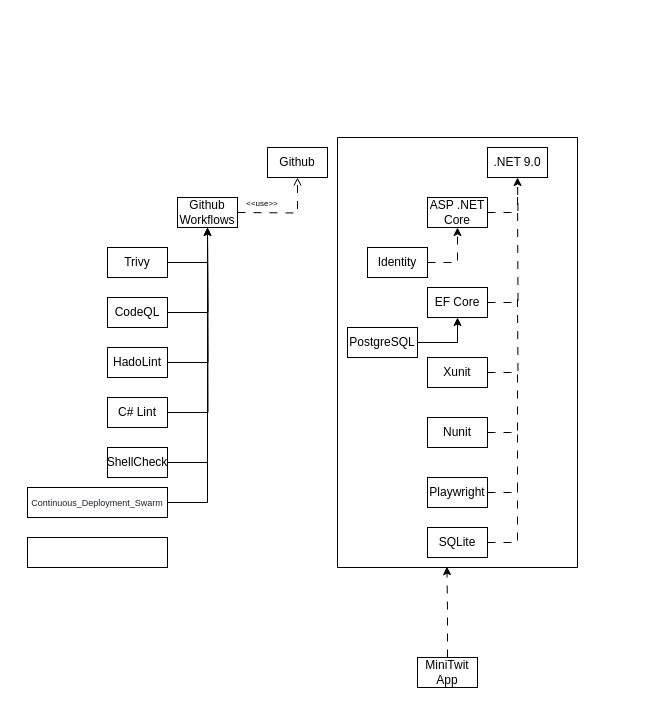
The draw.io diagram diagrams/dependency_diagram/MiniTwit_dependency_diagram.drawio in Joakim-David/GruppeOG, before the edit. Source tidied: cells renumbered, new cells numbered last; positions are measured from the earlier drawing's top-left corner, leaving out a move shared by most shapes. Both pictures are drawn from the tidied source at 100%, with x=0, y=0 at pixel (27, 137).
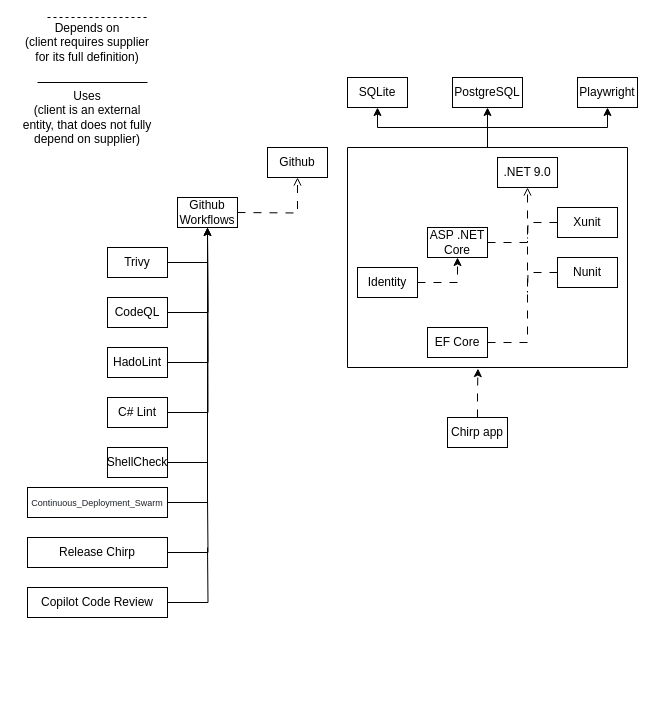
Above is the later version.

The edit, as a diff of the source:
```diff
@@
-    <mxCell id="15" value="&lt;font style=&quot;font-size: 8px;&quot;&gt;&amp;lt;&amp;lt;use&amp;gt;&amp;gt;&lt;/font&gt;" style="text;html=1;whiteSpace=wrap;strokeColor=none;fillColor=none;align=center;verticalAlign=middle;rounded=0;" parent="1" vertex="1">
-      <mxGeometry x="220" y="60" width="30" height="10" as="geometry" />
-    </mxCell>
@@
+    <mxCell id="39" style="edgeStyle=orthogonalEdgeStyle;rounded=0;jettySize=auto;html=1;endArrow=none;endFill=0;" parent="1" edge="1" source="18">
+      <mxGeometry relative="1" as="geometry">
+        <mxPoint x="180" y="360" as="targetPoint" />
+      </mxGeometry>
+    </mxCell>
-    <mxCell id="18" style="rounded=0;whiteSpace=wrap;html=1;" parent="1" vertex="1">
+    <mxCell id="18" value="&lt;font&gt;Release Chirp&lt;/font&gt;" style="rounded=0;whiteSpace=wrap;html=1;" parent="1" vertex="1">
       <mxGeometry y="400" width="140" height="30" as="geometry" />
     </mxCell>
-    <mxCell id="19" value="MiniTwit App" style="rounded=0;whiteSpace=wrap;html=1;" parent="1" vertex="1">
-      <mxGeometry x="390" y="520" width="60" height="30" as="geometry" />
-    </mxCell>
-    <mxCell id="20" value=".NET 9.0" style="rounded=0;whiteSpace=wrap;html=1;" parent="1" vertex="1">
-      <mxGeometry x="460" y="10" width="60" height="30" as="geometry" />
-    </mxCell>
-    <mxCell id="21" style="edgeStyle=orthogonalEdgeStyle;rounded=0;jettySize=auto;html=1;dashed=1;dashPattern=8 8;" parent="1" edge="1" source="22">
-      <mxGeometry relative="1" as="geometry">
-        <mxPoint x="490" y="40" as="targetPoint" />
-      </mxGeometry>
-    </mxCell>
-    <mxCell id="22" value="ASP .NET Core" style="rounded=0;whiteSpace=wrap;html=1;" parent="1" vertex="1">
-      <mxGeometry x="400" y="60" width="60" height="30" as="geometry" />
-    </mxCell>
+    <mxCell id="40" style="edgeStyle=orthogonalEdgeStyle;rounded=0;jettySize=auto;html=1;entryX=0.5;entryY=1;entryDx=0;entryDy=0;" parent="1" edge="1" source="37" target="34">
+      <mxGeometry relative="1" as="geometry" />
+    </mxCell>
+    <mxCell id="41" style="edgeStyle=orthogonalEdgeStyle;rounded=0;jettySize=auto;html=1;entryX=0.5;entryY=1;entryDx=0;entryDy=0;" parent="1" edge="1" source="37" target="36">
+      <mxGeometry relative="1" as="geometry" />
+    </mxCell>
+    <mxCell id="42" style="edgeStyle=orthogonalEdgeStyle;rounded=0;jettySize=auto;html=1;exitX=0.5;exitY=0;exitDx=0;exitDy=0;" parent="1" edge="1" source="37" target="32">
+      <mxGeometry relative="1" as="geometry" />
+    </mxCell>
+    <mxCell id="37" style="swimlane;startSize=0;" parent="1" vertex="1">
+      <mxGeometry x="320" y="10" width="280" height="220" as="geometry" />
+    </mxCell>
-    <mxCell id="23" style="edgeStyle=orthogonalEdgeStyle;rounded=0;jettySize=auto;html=1;entryX=0.5;entryY=1;entryDx=0;entryDy=0;exitX=1;exitY=0.5;exitDx=0;exitDy=0;dashed=1;dashPattern=8 8;" parent="1" edge="1" source="24" target="22">
+    <mxCell id="23" style="edgeStyle=orthogonalEdgeStyle;rounded=0;jettySize=auto;html=1;entryX=0.5;entryY=1;entryDx=0;entryDy=0;dashed=1;dashPattern=8 8;" parent="37" edge="1" source="24" target="22">
       <mxGeometry relative="1" as="geometry" />
     </mxCell>
-    <mxCell id="24" value="Identity" style="rounded=0;whiteSpace=wrap;html=1;" parent="1" vertex="1">
-      <mxGeometry x="340" y="110" width="60" height="30" as="geometry" />
+    <mxCell id="24" value="Identity" style="rounded=0;whiteSpace=wrap;html=1;" parent="37" vertex="1">
+      <mxGeometry x="10" y="120" width="60" height="30" as="geometry" />
     </mxCell>
-    <mxCell id="25" style="edgeStyle=orthogonalEdgeStyle;rounded=0;jettySize=auto;html=1;endArrow=none;endFill=0;dashed=1;dashPattern=8 8;" parent="1" edge="1" source="26">
-      <mxGeometry relative="1" as="geometry">
-        <mxPoint x="490" y="50" as="targetPoint" />
-      </mxGeometry>
-    </mxCell>
+    <mxCell id="20" value=".NET 9.0" style="rounded=0;whiteSpace=wrap;html=1;" parent="37" vertex="1">
+      <mxGeometry x="150" y="10" width="60" height="30" as="geometry" />
+    </mxCell>
+    <mxCell id="43" style="edgeStyle=orthogonalEdgeStyle;rounded=0;jettySize=auto;html=1;dashed=1;dashPattern=8 8;endArrow=open;endFill=0;" parent="37" edge="1" source="22" target="20">
+      <mxGeometry relative="1" as="geometry" />
+    </mxCell>
+    <mxCell id="22" value="ASP .NET Core" style="rounded=0;whiteSpace=wrap;html=1;" parent="37" vertex="1">
+      <mxGeometry x="80" y="80" width="60" height="30" as="geometry" />
+    </mxCell>
+    <mxCell id="44" style="edgeStyle=orthogonalEdgeStyle;rounded=0;jettySize=auto;html=1;endArrow=none;endFill=0;dashed=1;dashPattern=8 8;" parent="37" edge="1" source="26">
+      <mxGeometry relative="1" as="geometry">
+        <mxPoint x="180" y="90" as="targetPoint" />
+        <Array as="points">
+          <mxPoint x="180" y="195" />
+          <mxPoint x="180" y="130" />
+        </Array>
+      </mxGeometry>
+    </mxCell>
-    <mxCell id="26" value="EF Core" style="rounded=0;whiteSpace=wrap;html=1;" parent="1" vertex="1">
-      <mxGeometry x="400" y="150" width="60" height="30" as="geometry" />
+    <mxCell id="26" value="EF Core" style="rounded=0;whiteSpace=wrap;html=1;" parent="37" vertex="1">
+      <mxGeometry x="80" y="180" width="60" height="30" as="geometry" />
     </mxCell>
-    <mxCell id="27" style="edgeStyle=orthogonalEdgeStyle;rounded=0;jettySize=auto;html=1;endArrow=none;endFill=0;dashed=1;dashPattern=8 8;" parent="1" edge="1" source="28">
-      <mxGeometry relative="1" as="geometry">
-        <mxPoint x="490" y="160" as="targetPoint" />
-      </mxGeometry>
-    </mxCell>
+    <mxCell id="45" style="edgeStyle=orthogonalEdgeStyle;rounded=0;jettySize=auto;html=1;endArrow=none;endFill=0;dashed=1;dashPattern=8 8;" parent="37" edge="1" source="28">
+      <mxGeometry relative="1" as="geometry">
+        <mxPoint x="180" y="95" as="targetPoint" />
+      </mxGeometry>
+    </mxCell>
-    <mxCell id="28" value="Xunit" style="rounded=0;whiteSpace=wrap;html=1;" parent="1" vertex="1">
-      <mxGeometry x="400" y="220" width="60" height="30" as="geometry" />
+    <mxCell id="28" value="Xunit" style="rounded=0;whiteSpace=wrap;html=1;" parent="37" vertex="1">
+      <mxGeometry x="210" y="60" width="60" height="30" as="geometry" />
     </mxCell>
-    <mxCell id="29" style="edgeStyle=orthogonalEdgeStyle;rounded=0;jettySize=auto;html=1;endArrow=none;endFill=0;dashed=1;dashPattern=8 8;" parent="1" edge="1" source="30">
-      <mxGeometry relative="1" as="geometry">
-        <mxPoint x="490" y="230" as="targetPoint" />
-        <Array as="points">
-          <mxPoint x="490" y="295" />
-        </Array>
-      </mxGeometry>
-    </mxCell>
+    <mxCell id="46" style="edgeStyle=orthogonalEdgeStyle;rounded=0;jettySize=auto;html=1;endArrow=none;endFill=0;dashed=1;dashPattern=8 8;" parent="37" edge="1" source="30">
+      <mxGeometry relative="1" as="geometry">
+        <mxPoint x="180" y="145" as="targetPoint" />
+      </mxGeometry>
+    </mxCell>
-    <mxCell id="30" value="Nunit" style="rounded=0;whiteSpace=wrap;html=1;" parent="1" vertex="1">
-      <mxGeometry x="400" y="280" width="60" height="30" as="geometry" />
+    <mxCell id="30" value="Nunit" style="rounded=0;whiteSpace=wrap;html=1;" parent="37" vertex="1">
+      <mxGeometry x="210" y="110" width="60" height="30" as="geometry" />
     </mxCell>
-    <mxCell id="31" style="edgeStyle=orthogonalEdgeStyle;rounded=0;jettySize=auto;html=1;endArrow=none;endFill=0;dashed=1;dashPattern=8 8;" parent="1" edge="1" source="32">
-      <mxGeometry relative="1" as="geometry">
-        <mxPoint x="490" y="290" as="targetPoint" />
-        <Array as="points">
-          <mxPoint x="490" y="355" />
-        </Array>
-      </mxGeometry>
-    </mxCell>
+    <mxCell id="47" style="edgeStyle=orthogonalEdgeStyle;rounded=0;jettySize=auto;html=1;endArrow=none;endFill=0;" parent="1" edge="1" source="48">
+      <mxGeometry relative="1" as="geometry">
+        <mxPoint x="180" y="410" as="targetPoint" />
+      </mxGeometry>
+    </mxCell>
+    <mxCell id="48" value="Copilot Code Review" style="rounded=0;whiteSpace=wrap;html=1;" parent="1" vertex="1">
+      <mxGeometry y="450" width="140" height="30" as="geometry" />
+    </mxCell>
+    <mxCell id="49" style="endArrow=none;dashed=1;html=1;rounded=0;" parent="1" edge="1">
+      <mxGeometry relative="1" as="geometry">
+        <mxPoint x="70" y="-120" as="sourcePoint" />
+        <mxPoint x="70" y="-120" as="targetPoint" />
+      </mxGeometry>
+    </mxCell>
+    <mxCell id="50" style="endArrow=none;html=1;rounded=0;" parent="1" edge="1">
+      <mxGeometry relative="1" as="geometry">
+        <mxPoint x="10" y="-55" as="sourcePoint" />
+        <mxPoint x="120" y="-55" as="targetPoint" />
+      </mxGeometry>
+    </mxCell>
+    <mxCell id="51" style="endArrow=none;dashed=1;html=1;rounded=0;" parent="1" edge="1">
+      <mxGeometry relative="1" as="geometry">
+        <mxPoint x="20" y="-120" as="sourcePoint" />
+        <mxPoint x="120" y="-120" as="targetPoint" />
+      </mxGeometry>
+    </mxCell>
+    <mxCell id="34" value="SQLite" style="rounded=0;whiteSpace=wrap;html=1;" parent="1" vertex="1">
+      <mxGeometry x="320" y="-60" width="60" height="30" as="geometry" />
+    </mxCell>
     <mxCell id="32" value="Playwright" style="rounded=0;whiteSpace=wrap;html=1;" parent="1" vertex="1">
-      <mxGeometry x="400" y="340" width="60" height="30" as="geometry" />
+      <mxGeometry x="550" y="-60" width="60" height="30" as="geometry" />
     </mxCell>
-    <mxCell id="33" style="edgeStyle=orthogonalEdgeStyle;rounded=0;jettySize=auto;html=1;endArrow=none;endFill=0;dashed=1;dashPattern=8 8;" parent="1" edge="1" source="34">
-      <mxGeometry relative="1" as="geometry">
-        <mxPoint x="490" y="350" as="targetPoint" />
-        <Array as="points">
-          <mxPoint x="490" y="405" />
-        </Array>
-      </mxGeometry>
-    </mxCell>
-    <mxCell id="34" value="SQLite" style="rounded=0;whiteSpace=wrap;html=1;" parent="1" vertex="1">
-      <mxGeometry x="400" y="390" width="60" height="30" as="geometry" />
-    </mxCell>
-    <mxCell id="35" style="edgeStyle=orthogonalEdgeStyle;rounded=0;jettySize=auto;html=1;entryX=0.5;entryY=1;entryDx=0;entryDy=0;" parent="1" edge="1" source="36" target="26">
-      <mxGeometry relative="1" as="geometry" />
-    </mxCell>
     <mxCell id="36" value="PostgreSQL" style="rounded=0;whiteSpace=wrap;html=1;" parent="1" vertex="1">
-      <mxGeometry x="320" y="190" width="70" height="30" as="geometry" />
+      <mxGeometry x="425" y="-60" width="70" height="30" as="geometry" />
     </mxCell>
-    <mxCell id="37" style="swimlane;startSize=0;" parent="1" vertex="1">
-      <mxGeometry x="310" width="240" height="430" as="geometry" />
-    </mxCell>
-    <mxCell id="38" style="edgeStyle=orthogonalEdgeStyle;rounded=0;jettySize=auto;html=1;entryX=0.456;entryY=0.998;entryDx=0;entryDy=0;entryPerimeter=0;dashed=1;dashPattern=8 8;" parent="1" edge="1" source="19" target="37">
-      <mxGeometry relative="1" as="geometry" />
-    </mxCell>
+    <mxCell id="52" value="Chirp app" style="rounded=0;whiteSpace=wrap;html=1;" parent="1" vertex="1">
+      <mxGeometry x="420" y="280" width="60" height="30" as="geometry" />
+    </mxCell>
+    <mxCell id="53" style="edgeStyle=orthogonalEdgeStyle;rounded=0;jettySize=auto;html=1;entryX=0.466;entryY=1.005;entryDx=0;entryDy=0;entryPerimeter=0;dashed=1;dashPattern=8 8;" parent="1" edge="1" source="52" target="37">
+      <mxGeometry relative="1" as="geometry" />
+    </mxCell>
+    <mxCell id="54" value="Depends on&lt;br&gt;&lt;div&gt;(client requires supplier for its full definition)&lt;/div&gt;" style="text;html=1;whiteSpace=wrap;strokeColor=none;fillColor=none;align=center;verticalAlign=middle;rounded=0;" parent="1" vertex="1">
+      <mxGeometry x="-5" y="-100" width="130" height="10" as="geometry" />
+    </mxCell>
+    <mxCell id="55" value="Uses&lt;div&gt;(client is an external entity, that does not fully depend on supplier)&lt;/div&gt;" style="text;html=1;whiteSpace=wrap;strokeColor=none;fillColor=none;align=center;verticalAlign=middle;rounded=0;" parent="1" vertex="1">
+      <mxGeometry x="-10" y="-30" width="140" height="20" as="geometry" />
+    </mxCell>
```
